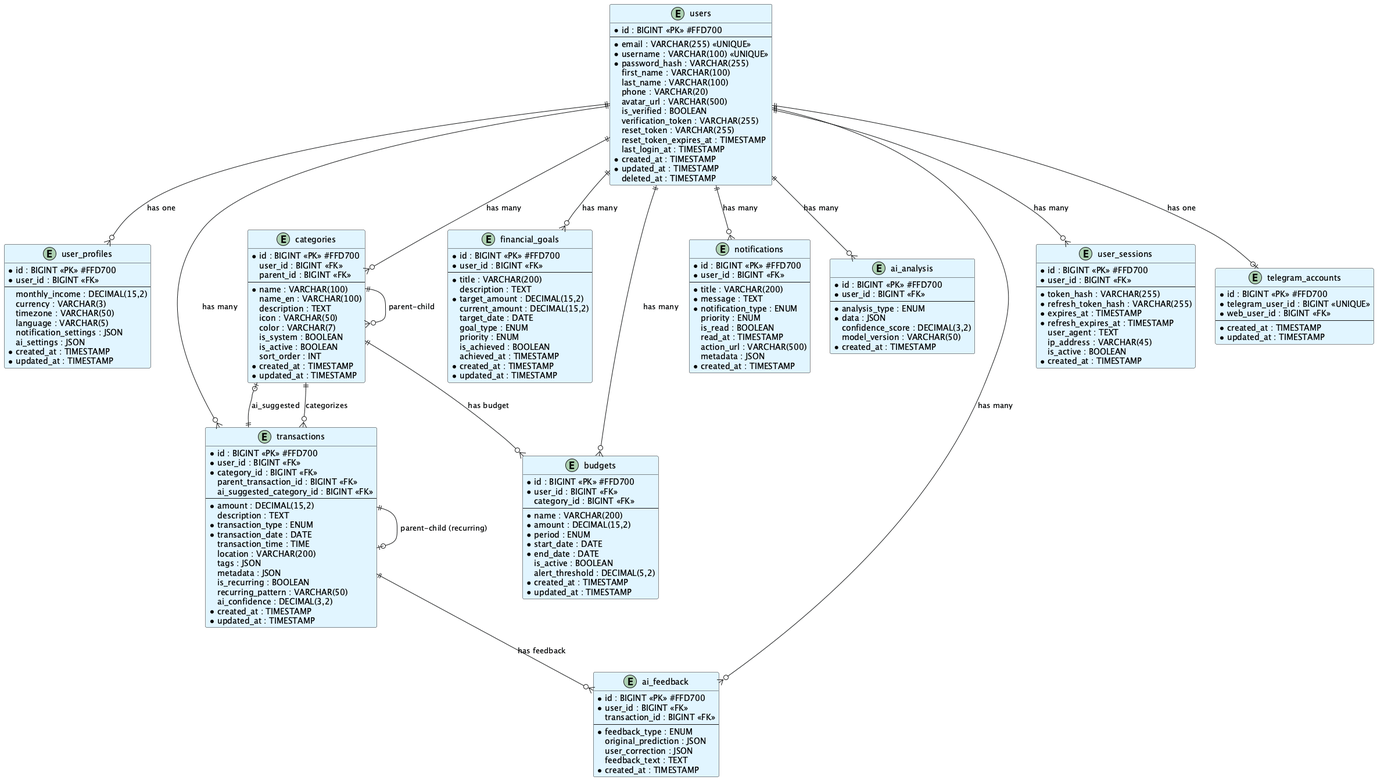
Earlier version of the PlantUML export uml-diagrams/ERD_TabiMoney.png (quanbin27/TabiMoney). The source it was exported from:
```plantuml
@startuml ERD_TabiMoney
!define TABLE_COLOR #E1F5FF
!define PK_COLOR #FFD700

entity "users" as users TABLE_COLOR {
    * id : BIGINT <<PK>> PK_COLOR
    --
    * email : VARCHAR(255) <<UNIQUE>>
    * username : VARCHAR(100) <<UNIQUE>>
    * password_hash : VARCHAR(255)
    first_name : VARCHAR(100)
    last_name : VARCHAR(100)
    phone : VARCHAR(20)
    avatar_url : VARCHAR(500)
    is_verified : BOOLEAN
    verification_token : VARCHAR(255)
    reset_token : VARCHAR(255)
    reset_token_expires_at : TIMESTAMP
    last_login_at : TIMESTAMP
    * created_at : TIMESTAMP
    * updated_at : TIMESTAMP
    deleted_at : TIMESTAMP
}

entity "user_profiles" as profiles TABLE_COLOR {
    * id : BIGINT <<PK>> PK_COLOR
    * user_id : BIGINT <<FK>>
    --
    monthly_income : DECIMAL(15,2)
    currency : VARCHAR(3)
    timezone : VARCHAR(50)
    language : VARCHAR(5)
    notification_settings : JSON
    ai_settings : JSON
    * created_at : TIMESTAMP
    * updated_at : TIMESTAMP
}

entity "categories" as categories TABLE_COLOR {
    * id : BIGINT <<PK>> PK_COLOR
    user_id : BIGINT <<FK>>
    parent_id : BIGINT <<FK>>
    --
    * name : VARCHAR(100)
    name_en : VARCHAR(100)
    description : TEXT
    icon : VARCHAR(50)
    color : VARCHAR(7)
    is_system : BOOLEAN
    is_active : BOOLEAN
    sort_order : INT
    * created_at : TIMESTAMP
    * updated_at : TIMESTAMP
}

entity "transactions" as transactions TABLE_COLOR {
    * id : BIGINT <<PK>> PK_COLOR
    * user_id : BIGINT <<FK>>
    * category_id : BIGINT <<FK>>
    parent_transaction_id : BIGINT <<FK>>
    ai_suggested_category_id : BIGINT <<FK>>
    --
    * amount : DECIMAL(15,2)
    description : TEXT
    * transaction_type : ENUM
    * transaction_date : DATE
    transaction_time : TIME
    location : VARCHAR(200)
    tags : JSON
    metadata : JSON
    is_recurring : BOOLEAN
    recurring_pattern : VARCHAR(50)
    ai_confidence : DECIMAL(3,2)
    * created_at : TIMESTAMP
    * updated_at : TIMESTAMP
}

entity "financial_goals" as goals TABLE_COLOR {
    * id : BIGINT <<PK>> PK_COLOR
    * user_id : BIGINT <<FK>>
    --
    * title : VARCHAR(200)
    description : TEXT
    * target_amount : DECIMAL(15,2)
    current_amount : DECIMAL(15,2)
    target_date : DATE
    goal_type : ENUM
    priority : ENUM
    is_achieved : BOOLEAN
    achieved_at : TIMESTAMP
    * created_at : TIMESTAMP
    * updated_at : TIMESTAMP
}

entity "budgets" as budgets TABLE_COLOR {
    * id : BIGINT <<PK>> PK_COLOR
    * user_id : BIGINT <<FK>>
    category_id : BIGINT <<FK>>
    --
    * name : VARCHAR(200)
    * amount : DECIMAL(15,2)
    * period : ENUM
    * start_date : DATE
    * end_date : DATE
    is_active : BOOLEAN
    alert_threshold : DECIMAL(5,2)
    * created_at : TIMESTAMP
    * updated_at : TIMESTAMP
}

entity "notifications" as notifications TABLE_COLOR {
    * id : BIGINT <<PK>> PK_COLOR
    * user_id : BIGINT <<FK>>
    --
    * title : VARCHAR(200)
    * message : TEXT
    * notification_type : ENUM
    priority : ENUM
    is_read : BOOLEAN
    read_at : TIMESTAMP
    action_url : VARCHAR(500)
    metadata : JSON
    * created_at : TIMESTAMP
}

entity "ai_analysis" as ai_analysis TABLE_COLOR {
    * id : BIGINT <<PK>> PK_COLOR
    * user_id : BIGINT <<FK>>
    --
    * analysis_type : ENUM
    * data : JSON
    confidence_score : DECIMAL(3,2)
    model_version : VARCHAR(50)
    * created_at : TIMESTAMP
}

entity "ai_feedback" as ai_feedback TABLE_COLOR {
    * id : BIGINT <<PK>> PK_COLOR
    * user_id : BIGINT <<FK>>
    transaction_id : BIGINT <<FK>>
    --
    * feedback_type : ENUM
    original_prediction : JSON
    user_correction : JSON
    feedback_text : TEXT
    * created_at : TIMESTAMP
}

entity "user_sessions" as sessions TABLE_COLOR {
    * id : BIGINT <<PK>> PK_COLOR
    * user_id : BIGINT <<FK>>
    --
    * token_hash : VARCHAR(255)
    * refresh_token_hash : VARCHAR(255)
    * expires_at : TIMESTAMP
    * refresh_expires_at : TIMESTAMP
    user_agent : TEXT
    ip_address : VARCHAR(45)
    is_active : BOOLEAN
    * created_at : TIMESTAMP
}

entity "telegram_accounts" as telegram TABLE_COLOR {
    * id : BIGINT <<PK>> PK_COLOR
    * telegram_user_id : BIGINT <<UNIQUE>>
    * web_user_id : BIGINT <<FK>>
    --
    * created_at : TIMESTAMP
    * updated_at : TIMESTAMP
}

users ||--o{ profiles : "has one"
users ||--o{ sessions : "has many"
users ||--o{ transactions : "has many"
users ||--o{ categories : "has many"
users ||--o{ goals : "has many"
users ||--o{ budgets : "has many"
users ||--o{ notifications : "has many"
users ||--o{ ai_analysis : "has many"
users ||--o{ ai_feedback : "has many"
users ||--o| telegram : "has one"

categories ||--o{ categories : "parent-child"
categories ||--o{ transactions : "categorizes"
categories ||--o{ budgets : "has budget"

transactions ||--o| transactions : "parent-child (recurring)"
transactions ||--o| categories : "ai_suggested"
transactions ||--o{ ai_feedback : "has feedback"

@enduml
```
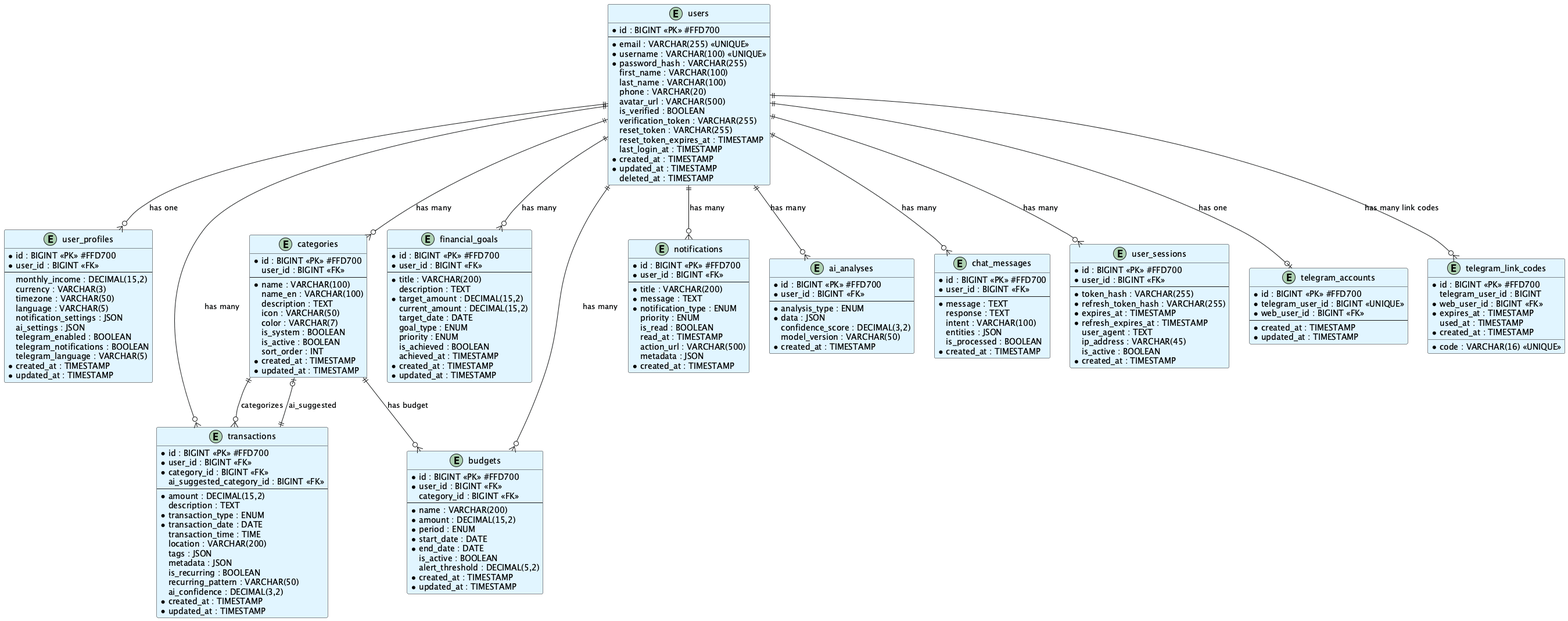
After the commit.

Diff of the diagram source:
```diff
@@ -32,6 +32,9 @@
     language : VARCHAR(5)
     notification_settings : JSON
     ai_settings : JSON
+    telegram_enabled : BOOLEAN
+    telegram_notifications : BOOLEAN
+    telegram_language : VARCHAR(5)
     * created_at : TIMESTAMP
     * updated_at : TIMESTAMP
 }
@@ -39,7 +42,6 @@
 entity "categories" as categories TABLE_COLOR {
     * id : BIGINT <<PK>> PK_COLOR
     user_id : BIGINT <<FK>>
-    parent_id : BIGINT <<FK>>
     --
     * name : VARCHAR(100)
     name_en : VARCHAR(100)
@@ -57,7 +59,6 @@
     * id : BIGINT <<PK>> PK_COLOR
     * user_id : BIGINT <<FK>>
     * category_id : BIGINT <<FK>>
-    parent_transaction_id : BIGINT <<FK>>
     ai_suggested_category_id : BIGINT <<FK>>
     --
     * amount : DECIMAL(15,2)
@@ -123,7 +124,7 @@
     * created_at : TIMESTAMP
 }
 
-entity "ai_analysis" as ai_analysis TABLE_COLOR {
+entity "ai_analyses" as ai_analyses TABLE_COLOR {
     * id : BIGINT <<PK>> PK_COLOR
     * user_id : BIGINT <<FK>>
     --
@@ -134,15 +135,15 @@
     * created_at : TIMESTAMP
 }
 
-entity "ai_feedback" as ai_feedback TABLE_COLOR {
+entity "chat_messages" as chat_messages TABLE_COLOR {
     * id : BIGINT <<PK>> PK_COLOR
     * user_id : BIGINT <<FK>>
-    transaction_id : BIGINT <<FK>>
     --
-    * feedback_type : ENUM
-    original_prediction : JSON
-    user_correction : JSON
-    feedback_text : TEXT
+    * message : TEXT
+    response : TEXT
+    intent : VARCHAR(100)
+    entities : JSON
+    is_processed : BOOLEAN
     * created_at : TIMESTAMP
 }
 
@@ -169,6 +170,16 @@
     * updated_at : TIMESTAMP
 }
 
+entity "telegram_link_codes" as telegram_codes TABLE_COLOR {
+    * id : BIGINT <<PK>> PK_COLOR
+    * code : VARCHAR(16) <<UNIQUE>>
+    telegram_user_id : BIGINT
+    * web_user_id : BIGINT <<FK>>
+    * expires_at : TIMESTAMP
+    used_at : TIMESTAMP
+    * created_at : TIMESTAMP
+}
+
 users ||--o{ profiles : "has one"
 users ||--o{ sessions : "has many"
 users ||--o{ transactions : "has many"
@@ -176,16 +187,14 @@
 users ||--o{ goals : "has many"
 users ||--o{ budgets : "has many"
 users ||--o{ notifications : "has many"
-users ||--o{ ai_analysis : "has many"
-users ||--o{ ai_feedback : "has many"
+users ||--o{ ai_analyses : "has many"
+users ||--o{ chat_messages : "has many"
 users ||--o| telegram : "has one"
+users ||--o{ telegram_codes : "has many link codes"
 
-categories ||--o{ categories : "parent-child"
 categories ||--o{ transactions : "categorizes"
 categories ||--o{ budgets : "has budget"
 
-transactions ||--o| transactions : "parent-child (recurring)"
 transactions ||--o| categories : "ai_suggested"
-transactions ||--o{ ai_feedback : "has feedback"
 
 @enduml
```
